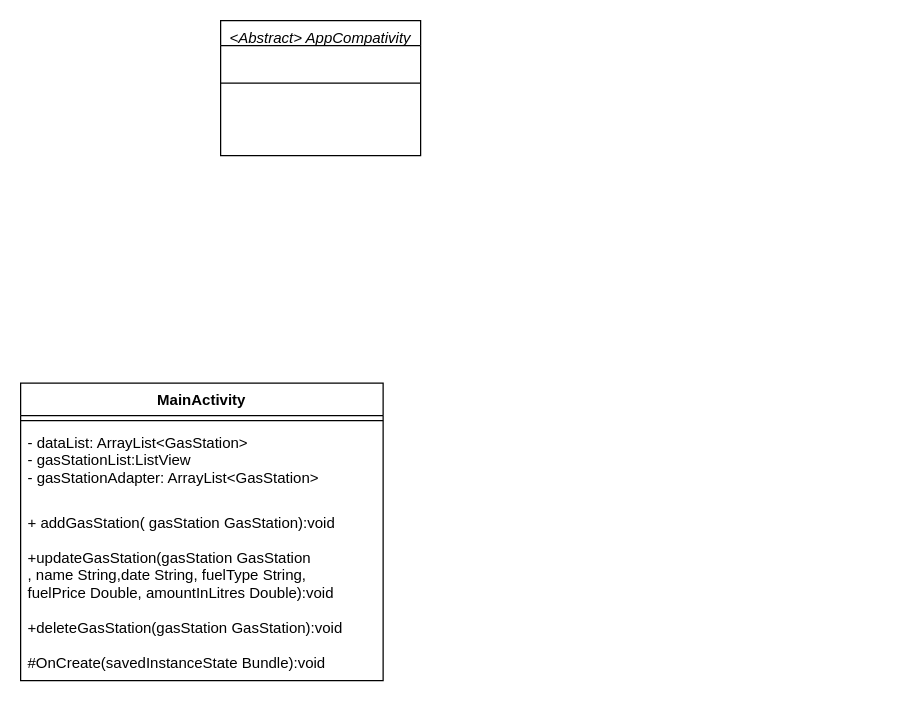
The draw.io diagram Untitled Diagram.drawio in bc-davin/CMPUT-175, before the edit. Source tidied: cells renumbered, new cells numbered last; positions are measured from the earlier drawing's top-left corner, leaving out a move shared by most shapes. Both pictures are drawn from the tidied source at 125%, with x=0, y=0 at pixel (20, 20).
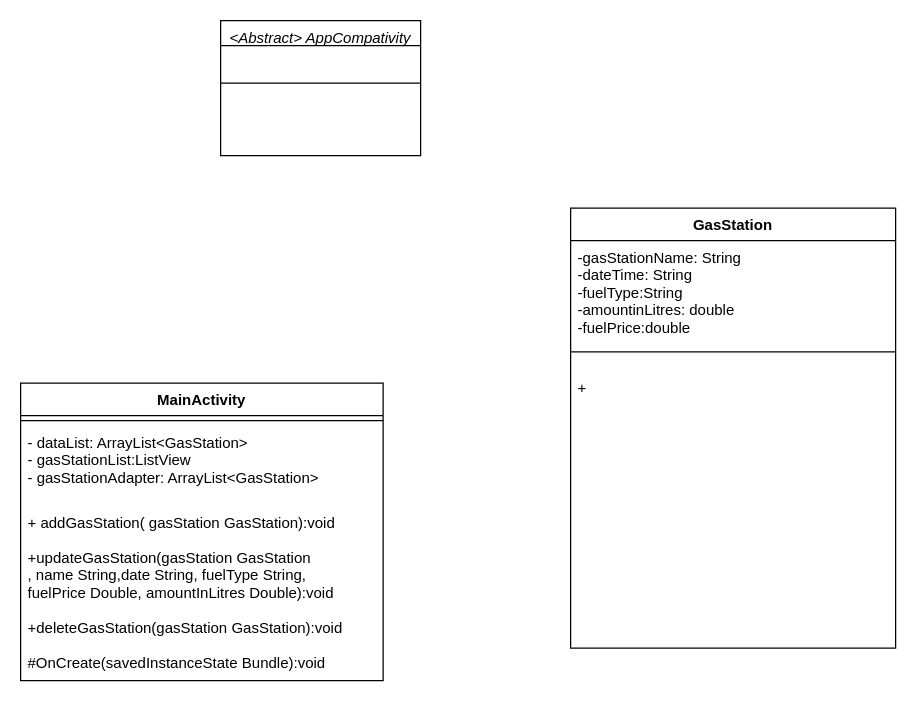
The same diagram, later.

The edit, as a diff of the source:
```diff
@@
 <mxGraphModel>
   <root>
     <mxCell id="0" />
     <mxCell id="1" parent="0" />
     <mxCell id="2" value="&lt;Abstract&gt; AppCompativity" style="swimlane;fontStyle=2;align=center;verticalAlign=top;horizontal=1;startSize=20;rounded=0;shadow=0;strokeWidth=1;" parent="1" vertex="1">
       <mxGeometry x="160" width="160" height="108" as="geometry" />
     </mxCell>
     <mxCell id="3" style="line;html=1;strokeWidth=1;align=left;verticalAlign=middle;spacingTop=-1;spacingLeft=3;spacingRight=3;labelPosition=right;" parent="2" vertex="1">
       <mxGeometry y="20" width="160" height="60" as="geometry" />
     </mxCell>
     <mxCell id="4" value="MainActivity" style="swimlane;fontStyle=1;align=center;verticalAlign=top;horizontal=1;startSize=26;" parent="1" vertex="1">
       <mxGeometry y="290" width="290" height="238" as="geometry" />
     </mxCell>
     <mxCell id="5" style="line;strokeWidth=1;fillColor=none;align=left;verticalAlign=middle;spacingTop=-1;spacingLeft=3;spacingRight=3;labelPosition=right;strokeColor=inherit;" parent="4" vertex="1">
       <mxGeometry y="26" width="290" height="8" as="geometry" />
     </mxCell>
     <mxCell id="6" value="- dataList: ArrayList&lt;GasStation&gt;&#10;- gasStationList:ListView    &#10;- gasStationAdapter: ArrayList&lt;GasStation&gt;&#10;&#10;" style="text;strokeColor=none;fillColor=none;align=left;verticalAlign=top;spacingLeft=4;spacingRight=4;overflow=hidden;" parent="4" vertex="1">
       <mxGeometry y="34" width="290" height="64" as="geometry" />
     </mxCell>
     <mxCell id="7" value="+ addGasStation( gasStation GasStation):void&#10;&#10;+updateGasStation(gasStation GasStation&#10;, name String,date String, fuelType String, &#10;fuelPrice Double, amountInLitres Double):void&#10;&#10;+deleteGasStation(gasStation GasStation):void&#10;&#10;#OnCreate(savedInstanceState Bundle):void&#10;" style="text;strokeColor=none;fillColor=none;align=left;verticalAlign=top;spacingLeft=4;spacingRight=4;overflow=hidden;" parent="4" vertex="1">
       <mxGeometry y="98" width="290" height="140" as="geometry" />
     </mxCell>
+    <mxCell id="8" value="GasStation" style="swimlane;fontStyle=1;align=center;verticalAlign=top;horizontal=1;startSize=26;" parent="1" vertex="1">
+      <mxGeometry x="440" y="150" width="260" height="352" as="geometry" />
+    </mxCell>
+    <mxCell id="9" value="-gasStationName: String&#10;-dateTime: String&#10;-fuelType:String&#10;-amountinLitres: double&#10;-fuelPrice:double&#10;&#10;&#10;&#10;&#10;&#10;&#10;&#10;&#10;&#10;&#10;&#10;" style="text;strokeColor=none;fillColor=none;align=left;verticalAlign=top;spacingLeft=4;spacingRight=4;overflow=hidden;" parent="8" vertex="1">
+      <mxGeometry y="26" width="260" height="74" as="geometry" />
+    </mxCell>
+    <mxCell id="10" style="line;strokeWidth=1;fillColor=none;align=left;verticalAlign=middle;spacingTop=-1;spacingLeft=3;spacingRight=3;labelPosition=right;strokeColor=inherit;" parent="8" vertex="1">
+      <mxGeometry y="100" width="260" height="30" as="geometry" />
+    </mxCell>
+    <mxCell id="11" value="+" style="text;strokeColor=none;fillColor=none;align=left;verticalAlign=top;spacingLeft=4;spacingRight=4;overflow=hidden;" parent="8" vertex="1">
+      <mxGeometry y="130" width="260" height="222" as="geometry" />
+    </mxCell>
   </root>
 </mxGraphModel>
```
